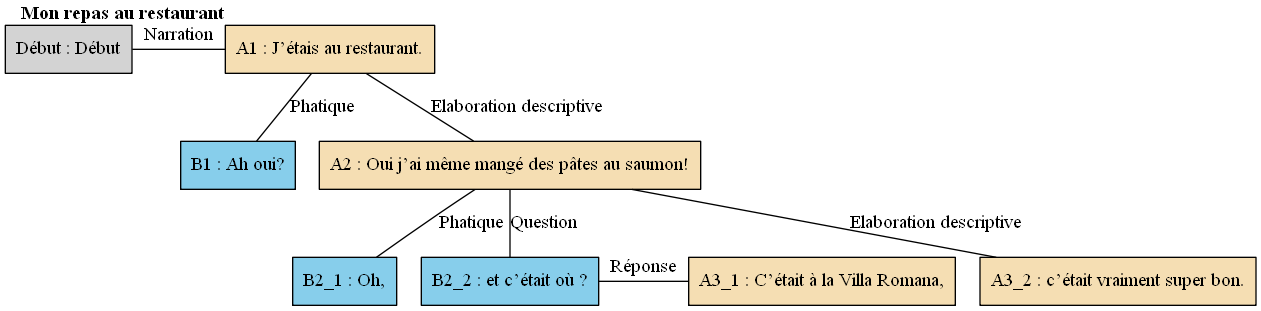
Earlier version of the Graphviz export arbres/Bac_a_sable/Bac_a_sable_-_E13.gv.png (AlaixComet/AnnotationSlamPTut). Its source is kept beside it as arbres/Bac_a_sable/Bac_a_sable_-_E13.gv. Source of this version:
```dot
digraph E13 {
	node [shape=box style=filled]
	"Début" [label="Début : Début" xlabel=""]
	A1 [label="A1 : J’étais au restaurant." fillcolor=wheat xlabel=<<B>Mon repas au restaurant</B>>]
	B1 [label="B1 : Ah oui?" fillcolor=skyblue xlabel=""]
	A2 [label="A2 : Oui j’ai même mangé des pâtes au saumon!" fillcolor=wheat xlabel=""]
	B2_1 [label="B2_1 : Oh," fillcolor=skyblue xlabel=""]
	B2_2 [label="B2_2 : et c’était où ?" fillcolor=skyblue xlabel=""]
	A3_1 [label="A3_1 : C’était à la Villa Romana," fillcolor=wheat xlabel=""]
	A3_2 [label="A3_2 : c’était vraiment super bon." fillcolor=wheat xlabel=""]
	{
		rank=same
		"Début"
		A1
		"Début" -> A1 [label=Narration dir=none]
	}
	A1 -> B1 [label=Phatique dir=none]
	A1 -> A2 [label="Elaboration descriptive" dir=none]
	A2 -> B2_1 [label=Phatique dir=none]
	A2 -> B2_2 [label=Question dir=none]
	{
		rank=same
		B2_2
		A3_1
		B2_2 -> A3_1 [label="Réponse" dir=none]
	}
	A2 -> A3_2 [label="Elaboration descriptive" dir=none]
}
```
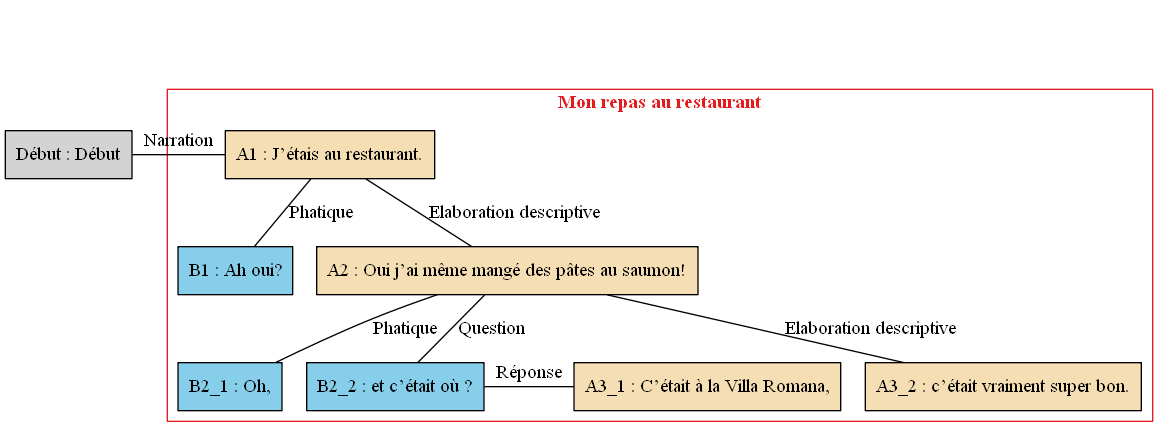
The same diagram one commit later.

What changed in the source:
```diff
@@ -1,28 +1,36 @@
 digraph E13 {
 	node [shape=box style=filled]
-	"Début" [label="Début : Début" xlabel=""]
-	A1 [label="A1 : J’étais au restaurant." fillcolor=wheat xlabel=<<B>Mon repas au restaurant</B>>]
-	B1 [label="B1 : Ah oui?" fillcolor=skyblue xlabel=""]
-	A2 [label="A2 : Oui j’ai même mangé des pâtes au saumon!" fillcolor=wheat xlabel=""]
-	B2_1 [label="B2_1 : Oh," fillcolor=skyblue xlabel=""]
-	B2_2 [label="B2_2 : et c’était où ?" fillcolor=skyblue xlabel=""]
-	A3_1 [label="A3_1 : C’était à la Villa Romana," fillcolor=wheat xlabel=""]
-	A3_2 [label="A3_2 : c’était vraiment super bon." fillcolor=wheat xlabel=""]
-	{
-		rank=same
-		"Début"
+	newrank=true
+	zero [style=invis]
+	"Début" [label="Début : Début"]
+	A1 [label="A1 : J’étais au restaurant." fillcolor=wheat]
+	B1 [label="B1 : Ah oui?" fillcolor=skyblue]
+	A2 [label="A2 : Oui j’ai même mangé des pâtes au saumon!" fillcolor=wheat]
+	B2_1 [label="B2_1 : Oh," fillcolor=skyblue]
+	B2_2 [label="B2_2 : et c’était où ?" fillcolor=skyblue]
+	A3_1 [label="A3_1 : C’était à la Villa Romana," fillcolor=wheat]
+	A3_2 [label="A3_2 : c’était vraiment super bon." fillcolor=wheat]
+	zero -> "Début" [label="" style=invis]
+	zero -> A1 [style=invis weight=1]
+	"Début" -> A1 [label=Narration constraint=false dir=none]
+	A1 -> B1 [label=Phatique dir=none weight=2]
+	A1 -> A2 [label="Elaboration descriptive" dir=none weight=2]
+	A2 -> B2_1 [label=Phatique dir=none weight=2]
+	A2 -> B2_2 [label=Question dir=none weight=2]
+	A2 -> A3_1 [style=invis weight=1]
+	B2_2 -> A3_1 [label="Réponse" constraint=false dir=none]
+	A2 -> A3_2 [label="Elaboration descriptive" dir=none weight=2]
+	subgraph cluster_1 {
+		label=<<B>Mon repas au restaurant</B>>
+		colorscheme=set19
+		color=1
+		fontcolor=1
 		A1
-		"Début" -> A1 [label=Narration dir=none]
-	}
-	A1 -> B1 [label=Phatique dir=none]
-	A1 -> A2 [label="Elaboration descriptive" dir=none]
-	A2 -> B2_1 [label=Phatique dir=none]
-	A2 -> B2_2 [label=Question dir=none]
-	{
-		rank=same
+		B1
+		A2
+		B2_1
 		B2_2
 		A3_1
-		B2_2 -> A3_1 [label="Réponse" dir=none]
+		A3_2
 	}
-	A2 -> A3_2 [label="Elaboration descriptive" dir=none]
 }
```
